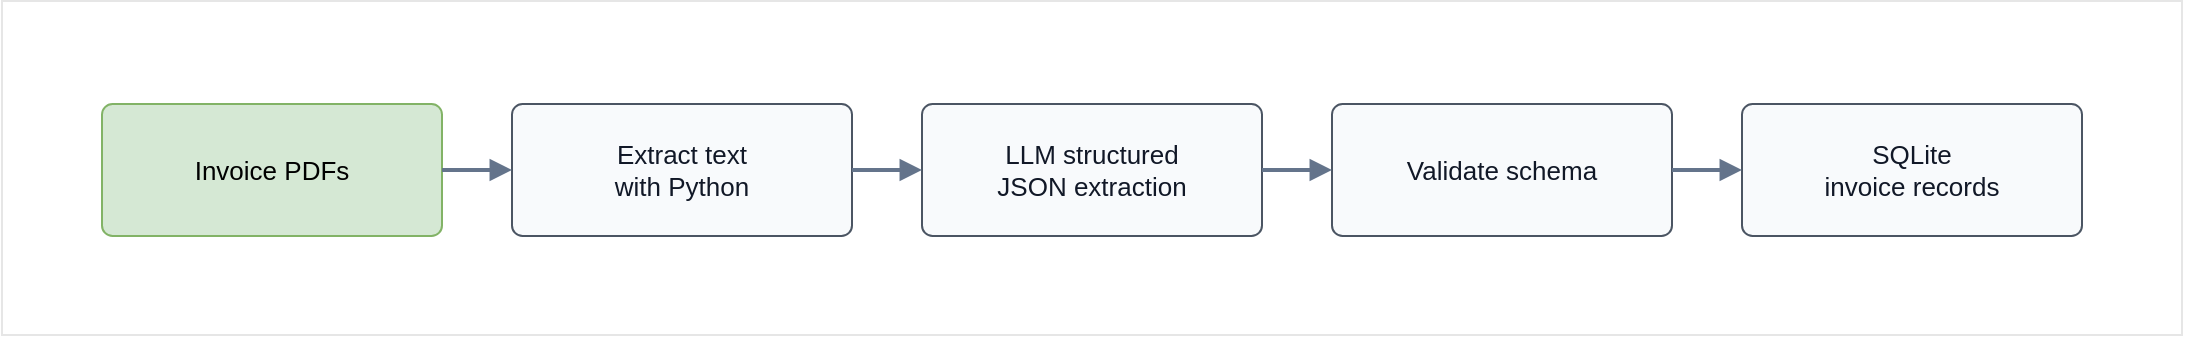
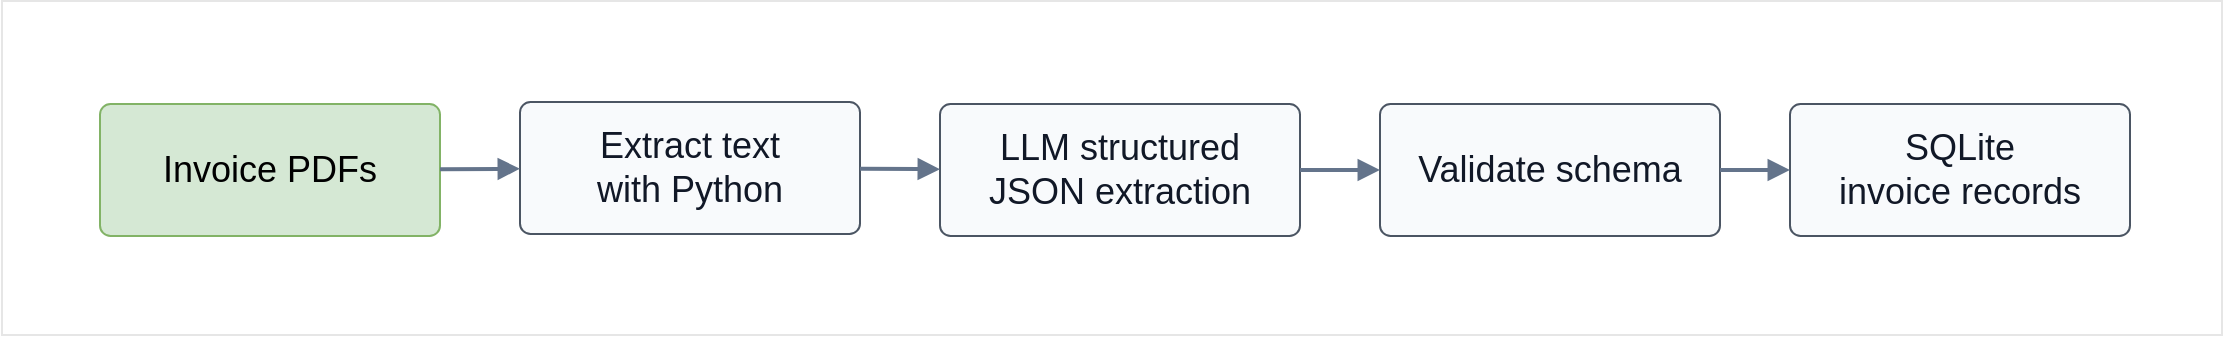
<mxfile host="Electron" agent="Mozilla/5.0 (Windows NT 10.0; Win64; x64) AppleWebKit/537.36 (KHTML, like Gecko) draw.io/29.5.2 Chrome/142.0.7444.265 Electron/39.6.1 Safari/537.36" version="29.5.2">
  <diagram id="ai-invoice-processing-pipeline" name="AI Invoice Processing Pipeline">
-     <mxGraphModel dx="2216" dy="766" grid="1" gridSize="10" guides="1" tooltips="1" connect="1" arrows="1" fold="1" page="1" pageScale="1" pageWidth="1120" pageHeight="520" math="0" shadow="0">
+     <mxGraphModel dx="2429" dy="766" grid="1" gridSize="10" guides="1" tooltips="1" connect="1" arrows="1" fold="1" page="1" pageScale="1" pageWidth="1120" pageHeight="520" math="0" shadow="0">
      <root>
        <mxCell id="0" />
        <mxCell id="1" parent="0" />
        <mxCell id="s9v-0bv23_VUzq7GWNMr-1" parent="1" style="rounded=0;whiteSpace=wrap;html=1;strokeColor=#E6E6E6;" value="" vertex="1">
-           <mxGeometry height="167" width="1090" x="-10" y="128.5" as="geometry" />
+           <mxGeometry height="167" width="1110" x="-29" y="128.5" as="geometry" />
        </mxCell>
-         <mxCell id="id2" parent="1" style="rounded=1;whiteSpace=wrap;html=1;arcSize=8;strokeColor=#82b366;fillColor=#d5e8d4;fontSize=13;spacing=10;" value="Invoice PDFs" vertex="1">
-           <mxGeometry height="66" width="170" x="40" y="180" as="geometry" />
+         <mxCell id="id2" parent="1" style="rounded=1;whiteSpace=wrap;html=1;arcSize=8;strokeColor=#82b366;fillColor=#d5e8d4;fontSize=18;spacing=10;" value="Invoice PDFs" vertex="1">
+           <mxGeometry height="66" width="170" x="20" y="180" as="geometry" />
        </mxCell>
-         <mxCell id="id3" parent="1" style="rounded=1;whiteSpace=wrap;html=1;arcSize=8;strokeColor=#4b5563;fillColor=#f8fafc;fontColor=#111827;fontSize=13;spacing=10;" value="Extract text&lt;br&gt;with Python" vertex="1">
-           <mxGeometry height="66" width="170" x="245" y="180" as="geometry" />
+         <mxCell id="id3" parent="1" style="rounded=1;whiteSpace=wrap;html=1;arcSize=8;strokeColor=#4b5563;fillColor=#f8fafc;fontColor=#111827;fontSize=18;spacing=10;" value="Extract text&lt;br&gt;with Python" vertex="1">
+           <mxGeometry height="66" width="170" x="230" y="179" as="geometry" />
        </mxCell>
-         <mxCell id="id4" parent="1" style="rounded=1;whiteSpace=wrap;html=1;arcSize=8;strokeColor=#4b5563;fillColor=#f8fafc;fontColor=#111827;fontSize=13;spacing=10;" value="LLM structured&lt;br&gt;JSON extraction" vertex="1">
-           <mxGeometry height="66" width="170" x="450" y="180" as="geometry" />
+         <mxCell id="id4" parent="1" style="rounded=1;whiteSpace=wrap;html=1;arcSize=8;strokeColor=#4b5563;fillColor=#f8fafc;fontColor=#111827;fontSize=18;spacing=10;" value="LLM structured&lt;br&gt;JSON extraction" vertex="1">
+           <mxGeometry height="66" width="180" x="440" y="180" as="geometry" />
        </mxCell>
-         <mxCell id="id5" parent="1" style="rounded=1;whiteSpace=wrap;html=1;arcSize=8;strokeColor=#4b5563;fillColor=#f8fafc;fontColor=#111827;fontSize=13;spacing=10;" value="Validate schema" vertex="1">
-           <mxGeometry height="66" width="170" x="655" y="180" as="geometry" />
+         <mxCell id="id5" parent="1" style="rounded=1;whiteSpace=wrap;html=1;arcSize=8;strokeColor=#4b5563;fillColor=#f8fafc;fontColor=#111827;fontSize=18;spacing=10;" value="Validate schema" vertex="1">
+           <mxGeometry height="66" width="170" x="660" y="180" as="geometry" />
        </mxCell>
-         <mxCell id="id6" parent="1" style="rounded=1;whiteSpace=wrap;html=1;arcSize=8;strokeColor=#4b5563;fillColor=#f8fafc;fontColor=#111827;fontSize=13;spacing=10;" value="SQLite&lt;br&gt;invoice records" vertex="1">
-           <mxGeometry height="66" width="170" x="860" y="180" as="geometry" />
+         <mxCell id="id6" parent="1" style="rounded=1;whiteSpace=wrap;html=1;arcSize=8;strokeColor=#4b5563;fillColor=#f8fafc;fontColor=#111827;fontSize=18;spacing=10;" value="SQLite&lt;br&gt;invoice records" vertex="1">
+           <mxGeometry height="66" width="170" x="865" y="180" as="geometry" />
        </mxCell>
        <mxCell id="id7" edge="1" parent="1" source="id2" style="endArrow=block;html=1;rounded=0;strokeWidth=2;strokeColor=#64748b;fontColor=#475569;fontSize=11;" target="id3" value="">
          <mxGeometry relative="1" as="geometry" />
        </mxCell>
        <mxCell id="id8" edge="1" parent="1" source="id3" style="endArrow=block;html=1;rounded=0;strokeWidth=2;strokeColor=#64748b;fontColor=#475569;fontSize=11;" target="id4" value="">
          <mxGeometry relative="1" as="geometry" />
        </mxCell>
        <mxCell id="id9" edge="1" parent="1" source="id4" style="endArrow=block;html=1;rounded=0;strokeWidth=2;strokeColor=#64748b;fontColor=#475569;fontSize=11;" target="id5" value="">
          <mxGeometry relative="1" as="geometry" />
        </mxCell>
        <mxCell id="id10" edge="1" parent="1" source="id5" style="endArrow=block;html=1;rounded=0;strokeWidth=2;strokeColor=#64748b;fontColor=#475569;fontSize=11;" target="id6" value="">
          <mxGeometry relative="1" as="geometry" />
        </mxCell>
      </root>
    </mxGraphModel>
  </diagram>
</mxfile>
